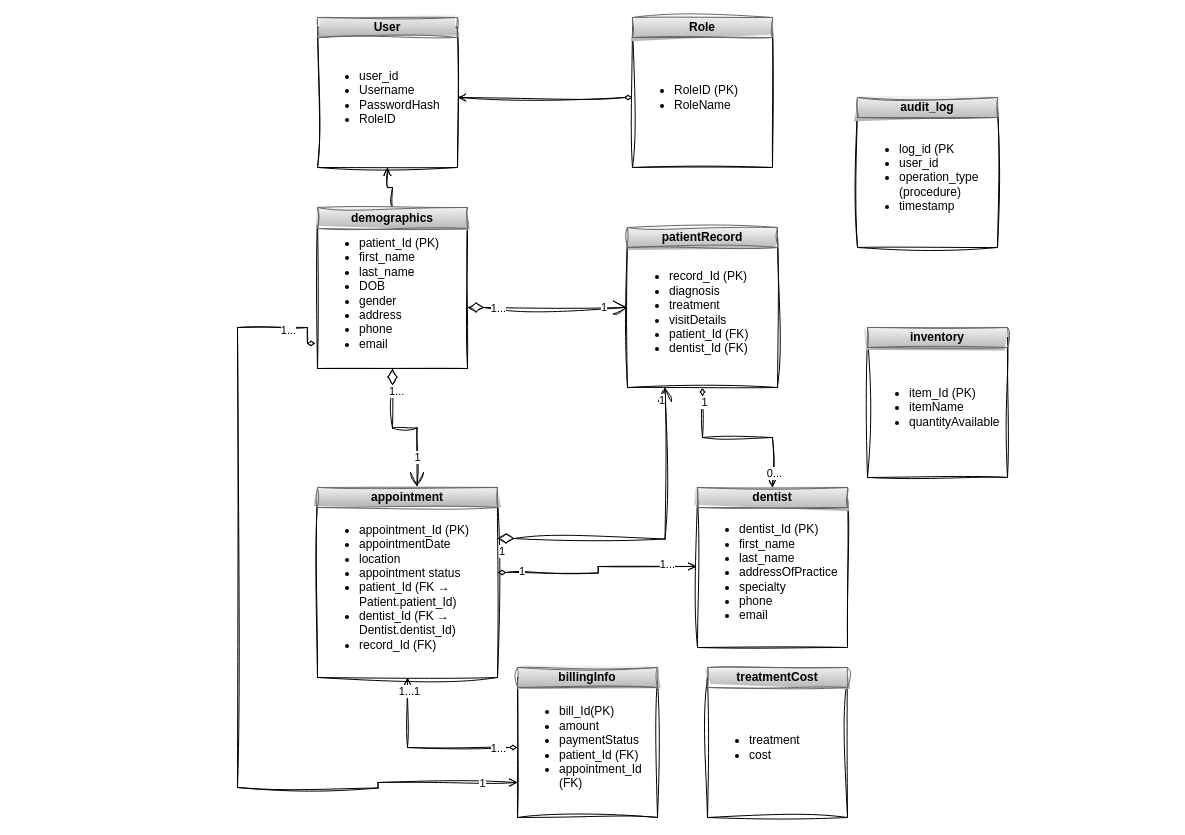
Earlier version of the draw.io diagram UML Diagram.drawio (restjohnson/Database-Project-1). Source tidied: cells renumbered, new cells numbered last; positions are measured from the earlier drawing's top-left corner, leaving out a move shared by most shapes. Both pictures are drawn from the tidied source at 100%, with x=0, y=0 at pixel (237, 17).
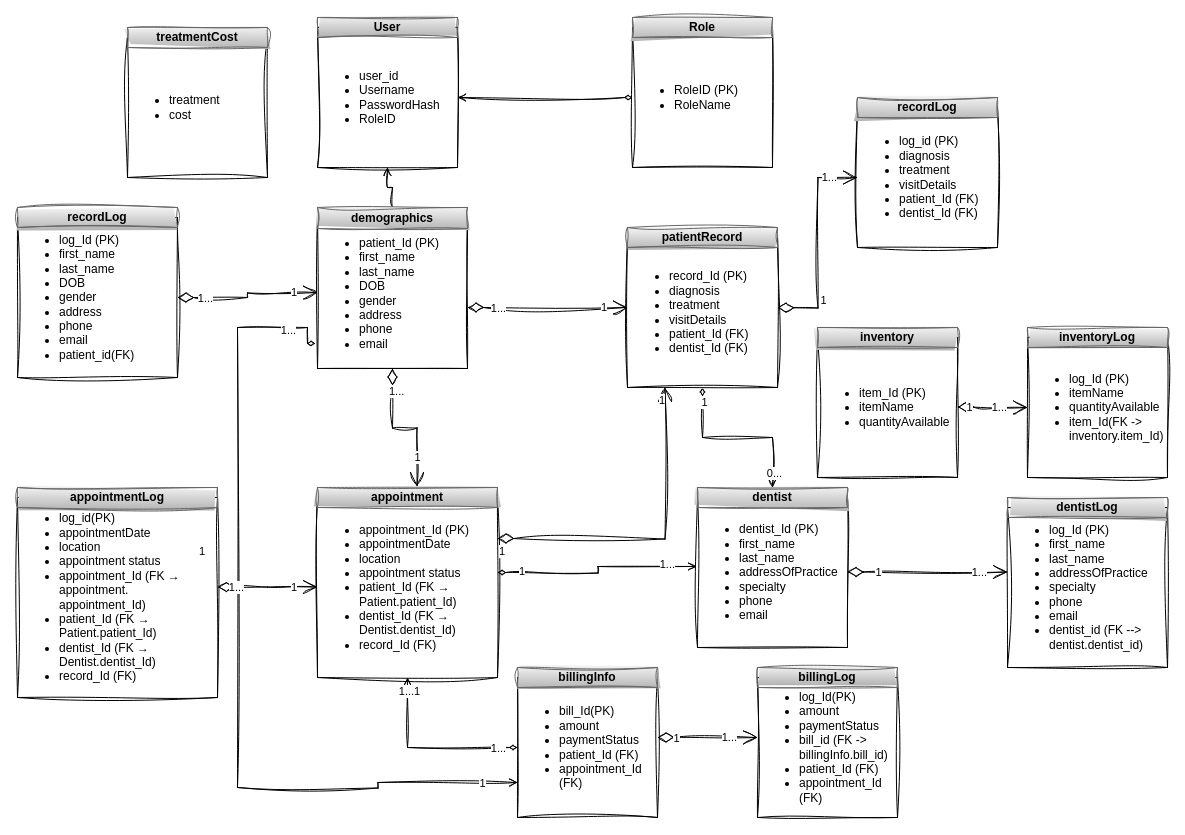
After the change.

Diff of the diagram source:
```diff
@@
     <mxCell id="16" value="&lt;ul&gt;&lt;li&gt;&lt;span style=&quot;background-color: transparent; color: light-dark(rgb(0, 0, 0), rgb(255, 255, 255));&quot;&gt;item_Id&lt;/span&gt;&lt;span style=&quot;background-color: transparent; color: light-dark(rgb(0, 0, 0), rgb(255, 255, 255));&quot;&gt; &lt;/span&gt;&lt;span style=&quot;background-color: transparent; color: light-dark(rgb(0, 0, 0), rgb(255, 255, 255));&quot;&gt;(PK)&lt;/span&gt;&lt;/li&gt;&lt;li&gt;&lt;span style=&quot;background-color: transparent; color: light-dark(rgb(0, 0, 0), rgb(255, 255, 255));&quot;&gt;itemName&lt;/span&gt;&lt;/li&gt;&lt;li&gt;&lt;span style=&quot;background-color: transparent; color: light-dark(rgb(0, 0, 0), rgb(255, 255, 255));&quot;&gt;quantityAvailable&lt;/span&gt;&lt;/li&gt;&lt;/ul&gt;" style="whiteSpace=wrap;html=1;align=left;rounded=0;sketch=1;curveFitting=1;jiggle=2;" parent="1" vertex="1">
-      <mxGeometry x="630" y="320" width="140" height="140" as="geometry" />
+      <mxGeometry x="580" y="320" width="140" height="140" as="geometry" />
     </mxCell>
     <mxCell id="17" value="&lt;b&gt;inventory&lt;/b&gt;" style="rounded=0;whiteSpace=wrap;html=1;fillColor=#f5f5f5;gradientColor=#b3b3b3;strokeColor=#666666;sketch=1;curveFitting=1;jiggle=2;" parent="1" vertex="1">
-      <mxGeometry x="630" y="310" width="140" height="20" as="geometry" />
+      <mxGeometry x="580" y="310" width="140" height="20" as="geometry" />
     </mxCell>
@@
     <mxCell id="37" value="&lt;ul&gt;&lt;li&gt;treatment&lt;/li&gt;&lt;li&gt;cost&lt;/li&gt;&lt;/ul&gt;" style="whiteSpace=wrap;html=1;align=left;rounded=0;sketch=1;curveFitting=1;jiggle=2;" parent="1" vertex="1">
-      <mxGeometry x="470" y="660" width="140" height="140" as="geometry" />
+      <mxGeometry x="-110" y="20" width="140" height="140" as="geometry" />
     </mxCell>
     <mxCell id="38" value="&lt;b&gt;treatmentCost&lt;/b&gt;" style="rounded=0;whiteSpace=wrap;html=1;fillColor=#f5f5f5;gradientColor=#b3b3b3;strokeColor=#666666;sketch=1;curveFitting=1;jiggle=2;" parent="1" vertex="1">
-      <mxGeometry x="470" y="650" width="140" height="20" as="geometry" />
+      <mxGeometry x="-110" y="10" width="140" height="20" as="geometry" />
     </mxCell>
@@
-    <mxCell id="44" value="&lt;ul&gt;&lt;li&gt;log_id (PK&lt;/li&gt;&lt;li&gt;user_id&lt;/li&gt;&lt;li&gt;operation_type (procedure)&lt;/li&gt;&lt;li&gt;timestamp&lt;/li&gt;&lt;/ul&gt;" style="whiteSpace=wrap;html=1;align=left;rounded=0;sketch=1;curveFitting=1;jiggle=2;" parent="1" vertex="1">
+    <mxCell id="44" value="&lt;ul&gt;&lt;li&gt;log_id (PK)&lt;/li&gt;&lt;li&gt;&lt;span style=&quot;background-color: transparent; color: light-dark(rgb(0, 0, 0), rgb(255, 255, 255));&quot;&gt;diagnosis&lt;/span&gt;&lt;/li&gt;&lt;li&gt;&lt;span style=&quot;background-color: transparent; color: light-dark(rgb(0, 0, 0), rgb(255, 255, 255));&quot;&gt;treatment&lt;/span&gt;&lt;/li&gt;&lt;li&gt;&lt;span style=&quot;background-color: transparent; color: light-dark(rgb(0, 0, 0), rgb(255, 255, 255));&quot;&gt;visitDetails&lt;/span&gt;&lt;/li&gt;&lt;li&gt;&lt;span style=&quot;background-color: transparent; color: light-dark(rgb(0, 0, 0), rgb(255, 255, 255));&quot;&gt;patient_Id (FK)&lt;/span&gt;&lt;/li&gt;&lt;li&gt;&lt;span style=&quot;background-color: transparent; color: light-dark(rgb(0, 0, 0), rgb(255, 255, 255));&quot;&gt;dentist_Id (FK)&lt;/span&gt;&lt;/li&gt;&lt;/ul&gt;" style="whiteSpace=wrap;html=1;align=left;rounded=0;sketch=1;curveFitting=1;jiggle=2;" parent="1" vertex="1">
       <mxGeometry x="620" y="90" width="140" height="140" as="geometry" />
     </mxCell>
-    <mxCell id="45" value="&lt;b&gt;audit_log&lt;/b&gt;" style="rounded=0;whiteSpace=wrap;html=1;fillColor=#f5f5f5;gradientColor=#b3b3b3;strokeColor=#666666;sketch=1;curveFitting=1;jiggle=2;" parent="1" vertex="1">
+    <mxCell id="45" value="&lt;b&gt;recordLog&lt;/b&gt;" style="rounded=0;whiteSpace=wrap;html=1;fillColor=#f5f5f5;gradientColor=#b3b3b3;strokeColor=#666666;sketch=1;curveFitting=1;jiggle=2;" parent="1" vertex="1">
       <mxGeometry x="620" y="80" width="140" height="20" as="geometry" />
     </mxCell>
+    <mxCell id="46" style="endArrow=open;html=1;endSize=12;startArrow=diamondThin;startSize=14;startFill=0;edgeStyle=orthogonalEdgeStyle;rounded=0;endFill=0;sketch=1;curveFitting=1;jiggle=2;entryX=0;entryY=0.5;entryDx=0;entryDy=0;" parent="1" edge="1" target="44">
+      <mxGeometry relative="1" as="geometry">
+        <mxPoint x="540" y="290" as="sourcePoint" />
+      </mxGeometry>
+    </mxCell>
+    <mxCell id="47" value="1..." style="edgeLabel;html=1;align=right;verticalAlign=top;rounded=0;sketch=1;curveFitting=1;jiggle=2;" parent="46" vertex="1">
+      <mxGeometry x="1" relative="1" as="geometry">
+        <mxPoint x="-20" y="-13" as="offset" />
+      </mxGeometry>
+    </mxCell>
+    <mxCell id="48" value="1" style="edgeLabel;html=1;align=center;verticalAlign=middle;rounded=0;sketch=1;curveFitting=1;jiggle=2;" parent="46" vertex="1">
+      <mxGeometry x="-0.6" y="-7" relative="1" as="geometry">
+        <mxPoint x="-2" y="-7" as="offset" />
+      </mxGeometry>
+    </mxCell>
+    <mxCell id="49" value="&lt;ul&gt;&lt;li&gt;log_Id (PK)&lt;/li&gt;&lt;li&gt;first_name&lt;/li&gt;&lt;li&gt;last_name&lt;/li&gt;&lt;li&gt;DOB&lt;/li&gt;&lt;li&gt;gender&lt;/li&gt;&lt;li&gt;address&lt;/li&gt;&lt;li&gt;phone&lt;/li&gt;&lt;li&gt;email&lt;/li&gt;&lt;li&gt;patient_id(FK)&lt;/li&gt;&lt;/ul&gt;" style="whiteSpace=wrap;html=1;align=left;rounded=0;sketch=1;curveFitting=1;jiggle=2;" parent="1" vertex="1">
+      <mxGeometry x="-220" y="200" width="160" height="160" as="geometry" />
+    </mxCell>
+    <mxCell id="50" value="&lt;b&gt;recordLog&lt;/b&gt;" style="rounded=0;whiteSpace=wrap;html=1;fillColor=#f5f5f5;gradientColor=#b3b3b3;strokeColor=#666666;sketch=1;curveFitting=1;jiggle=2;" parent="1" vertex="1">
+      <mxGeometry x="-220" y="190" width="160" height="20" as="geometry" />
+    </mxCell>
+    <mxCell id="51" style="endArrow=open;html=1;endSize=12;startArrow=diamondThin;startSize=14;startFill=0;edgeStyle=orthogonalEdgeStyle;rounded=0;endFill=0;sketch=1;curveFitting=1;jiggle=2;exitX=1;exitY=0.5;exitDx=0;exitDy=0;" parent="1" edge="1" source="49">
+      <mxGeometry relative="1" as="geometry">
+        <mxPoint x="80" y="275" as="targetPoint" />
+      </mxGeometry>
+    </mxCell>
+    <mxCell id="52" value="1" style="edgeLabel;html=1;align=right;verticalAlign=top;rounded=0;sketch=1;curveFitting=1;jiggle=2;" parent="51" vertex="1">
+      <mxGeometry x="1" relative="1" as="geometry">
+        <mxPoint x="-20" y="-13" as="offset" />
+      </mxGeometry>
+    </mxCell>
+    <mxCell id="53" value="1..." style="edgeLabel;html=1;align=center;verticalAlign=middle;rounded=0;sketch=1;curveFitting=1;jiggle=2;" parent="51" vertex="1">
+      <mxGeometry x="-0.6" y="-7" relative="1" as="geometry">
+        <mxPoint x="-2" y="-7" as="offset" />
+      </mxGeometry>
+    </mxCell>
+    <mxCell id="54" style="endArrow=open;html=1;endSize=12;startArrow=diamondThin;startSize=14;startFill=0;edgeStyle=orthogonalEdgeStyle;rounded=0;endFill=0;sketch=1;curveFitting=1;jiggle=2;exitX=1.002;exitY=0.448;exitDx=0;exitDy=0;exitPerimeter=0;" parent="1" edge="1" source="57">
+      <mxGeometry relative="1" as="geometry">
+        <mxPoint x="80" y="569.5" as="targetPoint" />
+      </mxGeometry>
+    </mxCell>
+    <mxCell id="55" value="1" style="edgeLabel;html=1;align=right;verticalAlign=top;rounded=0;sketch=1;curveFitting=1;jiggle=2;" parent="54" vertex="1">
+      <mxGeometry x="1" relative="1" as="geometry">
+        <mxPoint x="-20" y="-13" as="offset" />
+      </mxGeometry>
+    </mxCell>
+    <mxCell id="56" value="1..." style="edgeLabel;html=1;align=center;verticalAlign=middle;rounded=0;sketch=1;curveFitting=1;jiggle=2;" parent="54" vertex="1">
+      <mxGeometry x="-0.6" y="-7" relative="1" as="geometry">
+        <mxPoint x="-2" y="-7" as="offset" />
+      </mxGeometry>
+    </mxCell>
+    <mxCell id="57" value="&lt;ul&gt;&lt;li&gt;&lt;span style=&quot;background-color: transparent; color: light-dark(rgb(0, 0, 0), rgb(255, 255, 255));&quot;&gt;log_id(PK)&lt;/span&gt;&lt;/li&gt;&lt;li&gt;&lt;span style=&quot;background-color: transparent; color: light-dark(rgb(0, 0, 0), rgb(255, 255, 255));&quot;&gt;appointmentDate&lt;/span&gt;&lt;/li&gt;&lt;li&gt;&lt;span style=&quot;background-color: transparent; color: light-dark(rgb(0, 0, 0), rgb(255, 255, 255));&quot;&gt;location&lt;/span&gt;&lt;/li&gt;&lt;li&gt;&lt;span style=&quot;background-color: transparent; color: light-dark(rgb(0, 0, 0), rgb(255, 255, 255));&quot;&gt;appointment status&lt;/span&gt;&lt;/li&gt;&lt;li&gt;&lt;span style=&quot;background-color: transparent; color: light-dark(rgb(0, 0, 0), rgb(255, 255, 255));&quot;&gt;appointment_Id&lt;/span&gt;&lt;span style=&quot;background-color: transparent; color: light-dark(rgb(0, 0, 0), rgb(255, 255, 255));&quot;&gt; (FK &lt;/span&gt;&lt;span style=&quot;background-color: transparent; color: light-dark(rgb(0, 0, 0), rgb(255, 255, 255));&quot;&gt;→ appointment.&lt;br&gt;appointment_Id&lt;/span&gt;&lt;span style=&quot;background-color: transparent; color: light-dark(rgb(0, 0, 0), rgb(255, 255, 255));&quot;&gt;)&lt;/span&gt;&lt;/li&gt;&lt;li&gt;&lt;span style=&quot;background-color: transparent; color: light-dark(rgb(0, 0, 0), rgb(255, 255, 255));&quot;&gt;patient_Id (FK → Patient.patient_Id)&lt;/span&gt;&lt;/li&gt;&lt;li&gt;&lt;span style=&quot;background-color: transparent; color: light-dark(rgb(0, 0, 0), rgb(255, 255, 255));&quot;&gt;dentist_Id (FK → Dentist.dentist_Id)&lt;/span&gt;&lt;/li&gt;&lt;li&gt;&lt;span style=&quot;background-color: transparent; color: light-dark(rgb(0, 0, 0), rgb(255, 255, 255));&quot;&gt;record_Id (FK)&lt;/span&gt;&lt;/li&gt;&lt;/ul&gt;" style="whiteSpace=wrap;html=1;align=left;rounded=0;sketch=1;curveFitting=1;jiggle=2;" parent="1" vertex="1">
+      <mxGeometry x="-220" y="480" width="200" height="200" as="geometry" />
+    </mxCell>
+    <mxCell id="58" value="&lt;b&gt;appointmentLog&lt;/b&gt;" style="rounded=0;whiteSpace=wrap;html=1;fillColor=#f5f5f5;gradientColor=#b3b3b3;strokeColor=#666666;sketch=1;curveFitting=1;jiggle=2;" parent="1" vertex="1">
+      <mxGeometry x="-220" y="470" width="200" height="20" as="geometry" />
+    </mxCell>
+    <mxCell id="59" value="1" style="edgeLabel;html=1;align=left;verticalAlign=top;" parent="1" vertex="1">
+      <mxGeometry x="-40" y="521" as="geometry" />
+    </mxCell>
+    <mxCell id="60" style="endArrow=open;html=1;endSize=12;startArrow=diamondThin;startSize=14;startFill=0;edgeStyle=orthogonalEdgeStyle;rounded=0;endFill=0;sketch=1;curveFitting=1;jiggle=2;" parent="1" edge="1">
+      <mxGeometry relative="1" as="geometry">
+        <mxPoint x="610" y="554.5" as="sourcePoint" />
+        <mxPoint x="770" y="554.5" as="targetPoint" />
+      </mxGeometry>
+    </mxCell>
+    <mxCell id="61" value="&lt;div&gt;1...&lt;/div&gt;" style="edgeLabel;html=1;align=right;verticalAlign=top;rounded=0;sketch=1;curveFitting=1;jiggle=2;" parent="60" vertex="1">
+      <mxGeometry x="1" relative="1" as="geometry">
+        <mxPoint x="-20" y="-13" as="offset" />
+      </mxGeometry>
+    </mxCell>
+    <mxCell id="62" value="1" style="edgeLabel;html=1;align=center;verticalAlign=middle;rounded=0;sketch=1;curveFitting=1;jiggle=2;" parent="60" vertex="1">
+      <mxGeometry x="-0.6" y="-7" relative="1" as="geometry">
+        <mxPoint x="-2" y="-7" as="offset" />
+      </mxGeometry>
+    </mxCell>
+    <mxCell id="63" value="&lt;ul&gt;&lt;li&gt;log_Id (PK)&lt;/li&gt;&lt;li&gt;first_name&lt;/li&gt;&lt;li&gt;last_name&lt;/li&gt;&lt;li&gt;addressOfPractice&lt;/li&gt;&lt;li&gt;specialty&lt;/li&gt;&lt;li&gt;phone&lt;/li&gt;&lt;li&gt;email&lt;/li&gt;&lt;li&gt;dentist_id (FK --&amp;gt; dentist.dentist_id)&lt;/li&gt;&lt;/ul&gt;" style="whiteSpace=wrap;html=1;align=left;rounded=0;sketch=1;curveFitting=1;jiggle=2;" parent="1" vertex="1">
+      <mxGeometry x="770" y="490" width="160" height="160" as="geometry" />
+    </mxCell>
+    <mxCell id="64" value="&lt;b&gt;dentistLog&lt;/b&gt;" style="rounded=0;whiteSpace=wrap;html=1;fillColor=#f5f5f5;gradientColor=#b3b3b3;strokeColor=#666666;sketch=1;curveFitting=1;jiggle=2;" parent="1" vertex="1">
+      <mxGeometry x="770" y="480" width="160" height="20" as="geometry" />
+    </mxCell>
+    <mxCell id="65" value="&lt;ul&gt;&lt;li&gt;log_Id(PK)&lt;/li&gt;&lt;li&gt;&lt;span style=&quot;background-color: transparent; color: light-dark(rgb(0, 0, 0), rgb(255, 255, 255));&quot;&gt;amount&lt;/span&gt;&lt;/li&gt;&lt;li&gt;&lt;span style=&quot;background-color: transparent; color: light-dark(rgb(0, 0, 0), rgb(255, 255, 255));&quot;&gt;paymentStatus&lt;/span&gt;&lt;/li&gt;&lt;li&gt;&lt;span style=&quot;background-color: transparent; color: light-dark(rgb(0, 0, 0), rgb(255, 255, 255));&quot;&gt;bill_id (FK -&amp;gt; billingInfo.bill_id) &lt;br&gt;&lt;/span&gt;&lt;/li&gt;&lt;li&gt;&lt;span style=&quot;background-color: transparent; color: light-dark(rgb(0, 0, 0), rgb(255, 255, 255));&quot;&gt;patient_Id (FK)&lt;/span&gt;&lt;/li&gt;&lt;li&gt;&lt;span style=&quot;background-color: transparent; color: light-dark(rgb(0, 0, 0), rgb(255, 255, 255));&quot;&gt;appointment_Id (FK)&lt;/span&gt;&lt;/li&gt;&lt;/ul&gt;" style="whiteSpace=wrap;html=1;align=left;rounded=0;sketch=1;curveFitting=1;jiggle=2;" parent="1" vertex="1">
+      <mxGeometry x="520" y="660" width="140" height="140" as="geometry" />
+    </mxCell>
+    <mxCell id="66" value="&lt;b&gt;billingLog&lt;/b&gt;" style="rounded=0;whiteSpace=wrap;html=1;fillColor=#f5f5f5;gradientColor=#b3b3b3;strokeColor=#666666;sketch=1;curveFitting=1;jiggle=2;" parent="1" vertex="1">
+      <mxGeometry x="520" y="650" width="140" height="20" as="geometry" />
+    </mxCell>
+    <mxCell id="67" style="endArrow=open;html=1;endSize=12;startArrow=diamondThin;startSize=14;startFill=0;edgeStyle=orthogonalEdgeStyle;rounded=0;endFill=0;sketch=1;curveFitting=1;jiggle=2;" parent="1" edge="1">
+      <mxGeometry relative="1" as="geometry">
+        <mxPoint x="420" y="720" as="sourcePoint" />
+        <mxPoint x="520" y="720" as="targetPoint" />
+      </mxGeometry>
+    </mxCell>
+    <mxCell id="68" value="1..." style="edgeLabel;html=1;align=right;verticalAlign=top;rounded=0;sketch=1;curveFitting=1;jiggle=2;" parent="67" vertex="1">
+      <mxGeometry x="1" relative="1" as="geometry">
+        <mxPoint x="-20" y="-13" as="offset" />
+      </mxGeometry>
+    </mxCell>
+    <mxCell id="69" value="1" style="edgeLabel;html=1;align=center;verticalAlign=middle;rounded=0;sketch=1;curveFitting=1;jiggle=2;" parent="67" vertex="1">
+      <mxGeometry x="-0.6" y="-7" relative="1" as="geometry">
+        <mxPoint x="-2" y="-7" as="offset" />
+      </mxGeometry>
+    </mxCell>
+    <mxCell id="70" style="endArrow=open;html=1;endSize=12;startArrow=diamondThin;startSize=14;startFill=0;edgeStyle=orthogonalEdgeStyle;rounded=0;endFill=0;sketch=1;curveFitting=1;jiggle=2;entryX=0;entryY=0.5;entryDx=0;entryDy=0;" parent="1" edge="1" target="73">
+      <mxGeometry relative="1" as="geometry">
+        <mxPoint x="720" y="389.5" as="sourcePoint" />
+      </mxGeometry>
+    </mxCell>
+    <mxCell id="71" value="1..." style="edgeLabel;html=1;align=right;verticalAlign=top;rounded=0;sketch=1;curveFitting=1;jiggle=2;" parent="70" vertex="1">
+      <mxGeometry x="1" relative="1" as="geometry">
+        <mxPoint x="-20" y="-13" as="offset" />
+      </mxGeometry>
+    </mxCell>
+    <mxCell id="72" value="1" style="edgeLabel;html=1;align=center;verticalAlign=middle;rounded=0;sketch=1;curveFitting=1;jiggle=2;" parent="70" vertex="1">
+      <mxGeometry x="-0.6" y="-7" relative="1" as="geometry">
+        <mxPoint x="-2" y="-7" as="offset" />
+      </mxGeometry>
+    </mxCell>
+    <mxCell id="73" value="&lt;ul&gt;&lt;li&gt;&lt;span style=&quot;background-color: transparent; color: light-dark(rgb(0, 0, 0), rgb(255, 255, 255));&quot;&gt;log_Id&lt;/span&gt;&lt;span style=&quot;background-color: transparent; color: light-dark(rgb(0, 0, 0), rgb(255, 255, 255));&quot;&gt; &lt;/span&gt;&lt;span style=&quot;background-color: transparent; color: light-dark(rgb(0, 0, 0), rgb(255, 255, 255));&quot;&gt;(PK)&lt;/span&gt;&lt;/li&gt;&lt;li&gt;&lt;span style=&quot;background-color: transparent; color: light-dark(rgb(0, 0, 0), rgb(255, 255, 255));&quot;&gt;itemName&lt;/span&gt;&lt;/li&gt;&lt;li&gt;&lt;span style=&quot;background-color: transparent; color: light-dark(rgb(0, 0, 0), rgb(255, 255, 255));&quot;&gt;quantityAvailable&lt;/span&gt;&lt;/li&gt;&lt;li&gt;&lt;span style=&quot;background-color: transparent; color: light-dark(rgb(0, 0, 0), rgb(255, 255, 255));&quot;&gt;item_Id(FK -&amp;gt; inventory.item_Id)&lt;/span&gt;&lt;/li&gt;&lt;/ul&gt;" style="whiteSpace=wrap;html=1;align=left;rounded=0;sketch=1;curveFitting=1;jiggle=2;" parent="1" vertex="1">
+      <mxGeometry x="790" y="320" width="140" height="140" as="geometry" />
+    </mxCell>
+    <mxCell id="74" value="&lt;b&gt;inventoryLog&lt;/b&gt;" style="rounded=0;whiteSpace=wrap;html=1;fillColor=#f5f5f5;gradientColor=#b3b3b3;strokeColor=#666666;sketch=1;curveFitting=1;jiggle=2;" parent="1" vertex="1">
+      <mxGeometry x="790" y="310" width="140" height="20" as="geometry" />
+    </mxCell>
```
